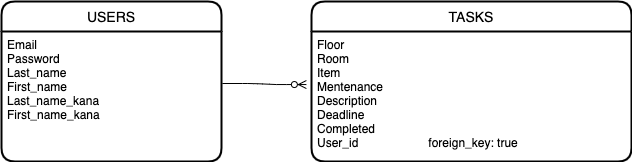
Before: mente.drawio.png, a diagram exported from draw.io (katsumi-lab/mente). Source tidied: cells renumbered, new cells last; positions are measured from the earlier drawing's top-left corner, leaving out a move shared by most shapes.
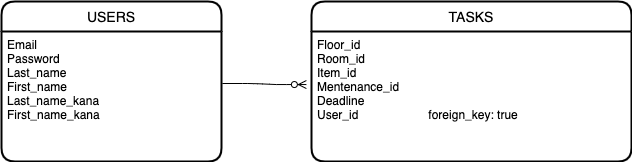
The same diagram one commit later.

Commit message:
README内のER図変更

Change to the diagram source:
```diff
@@ -14,7 +14,7 @@
     <mxCell id="5" value="TASKS" style="swimlane;horizontal=1;startSize=30;rounded=1;fontSize=14;fontStyle=0;strokeWidth=2;shadow=0;dashed=0;align=center;" parent="1" vertex="1">
       <mxGeometry x="310" width="320" height="160" as="geometry" />
     </mxCell>
-    <mxCell id="6" value="Floor&#10;Room&#10;Item&#10;Mentenance&#10;Description&#10;Deadline&#10;Completed&#10;User_id                     foreign_key: true" style="align=left;strokeColor=none;fillColor=none;spacingLeft=4;fontSize=12;verticalAlign=top;" parent="5" vertex="1">
+    <mxCell id="6" value="Floor_id&#10;Room_id&#10;Item_id&#10;Mentenance_id&#10;Deadline&#10;User_id                     foreign_key: true" style="align=left;strokeColor=none;fillColor=none;spacingLeft=4;fontSize=12;verticalAlign=top;" parent="5" vertex="1">
       <mxGeometry y="30" width="320" height="130" as="geometry" />
     </mxCell>
   </root>
```
